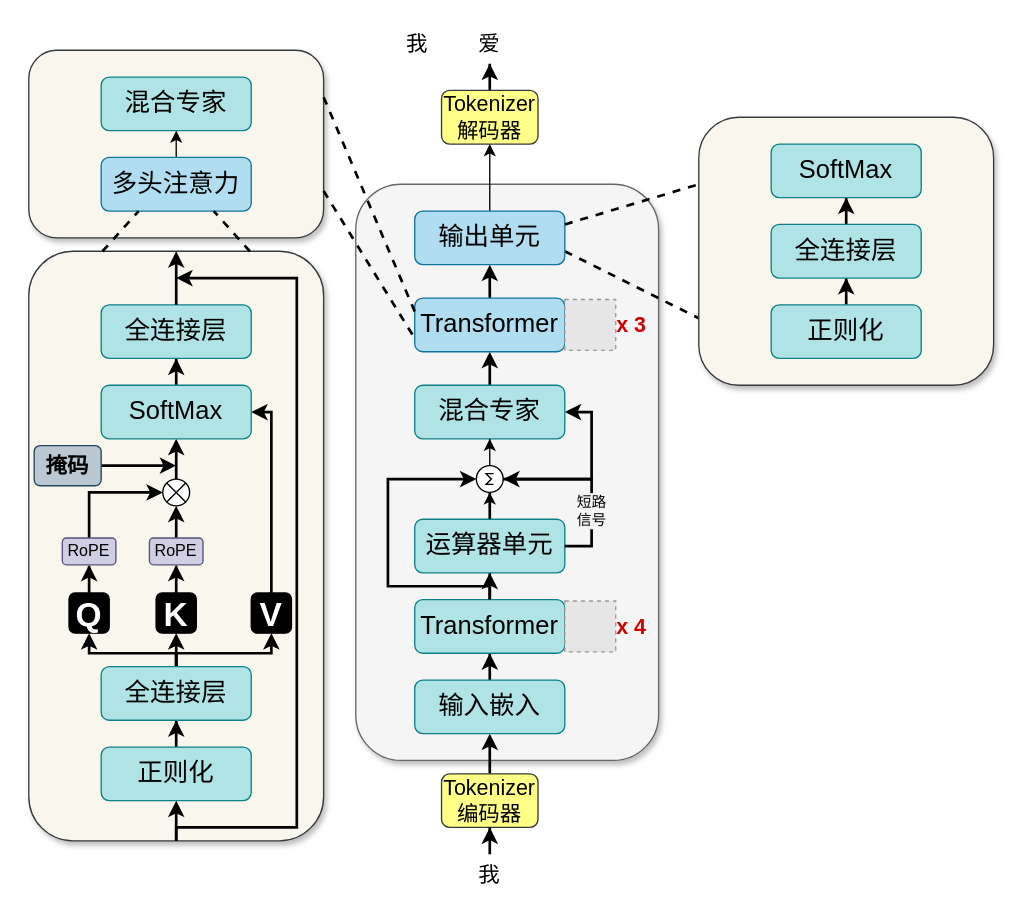
The draw.io diagram page "模型架构图" (1 of 7) of 未命名绘图.drawio in zzc-1024/alu.draw.io, before the edit. Source tidied: cells renumbered, new cells numbered last; positions are measured from the earlier drawing's top-left corner, leaving out a move shared by most shapes. Both pictures are drawn from the tidied source at 134%, with x=0, y=0 at pixel (28, 23). Pictures stored in the file or linked from it are replaced by grey dashed boxes.
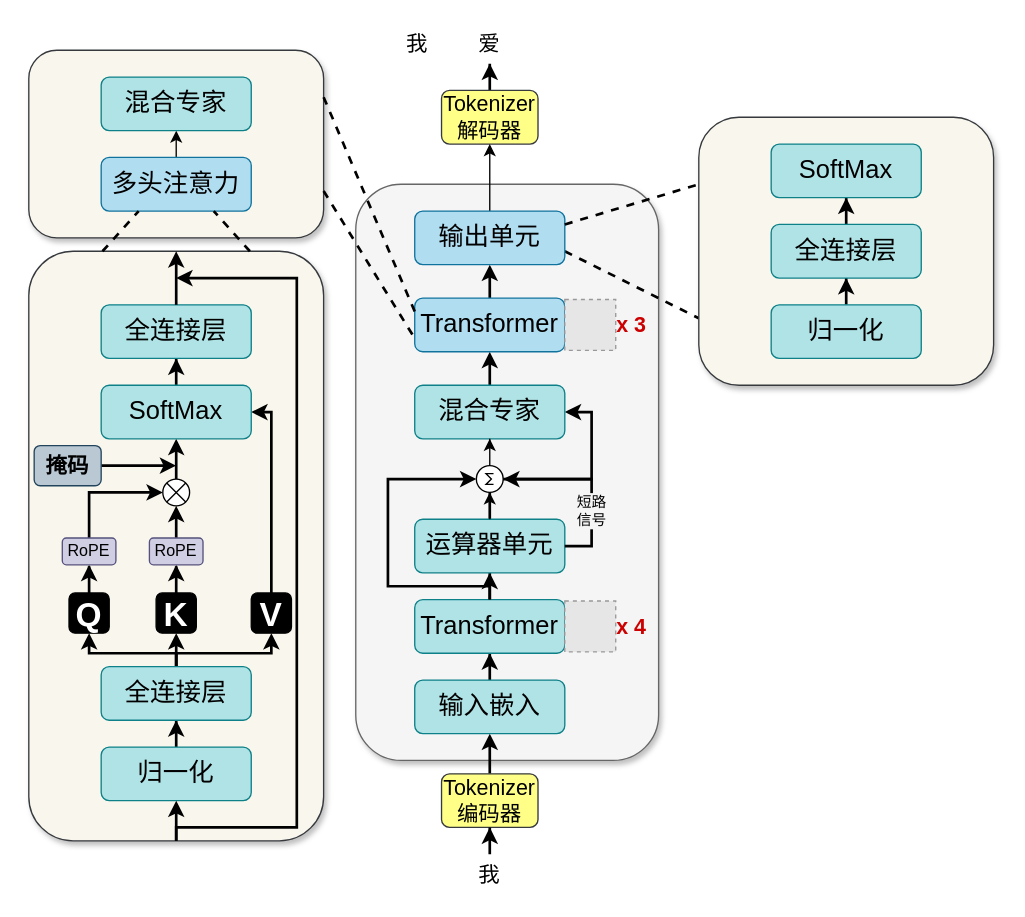
The same diagram, later.

Commit message:
更新未命名绘图.drawio

Diff of the diagram source:
```diff
@@
-    <mxCell id="40" value="正则化" style="rounded=1;whiteSpace=wrap;html=1;fontSize=19;fillColor=#b0e3e6;strokeColor=#0e8088;" parent="1" vertex="1">
+    <mxCell id="40" value="归一化" style="rounded=1;whiteSpace=wrap;html=1;fontSize=19;fillColor=#b0e3e6;strokeColor=#0e8088;" parent="1" vertex="1">
       <mxGeometry x="554" y="210" width="112" height="40" as="geometry" />
     </mxCell>
@@
-    <mxCell id="47" value="正则化" style="rounded=1;whiteSpace=wrap;html=1;fontSize=19;fillColor=#b0e3e6;strokeColor=#0e8088;" parent="1" vertex="1">
+    <mxCell id="47" value="归一化" style="rounded=1;whiteSpace=wrap;html=1;fontSize=19;fillColor=#b0e3e6;strokeColor=#0e8088;" parent="1" vertex="1">
       <mxGeometry x="54" y="540" width="112" height="40" as="geometry" />
     </mxCell>
```
